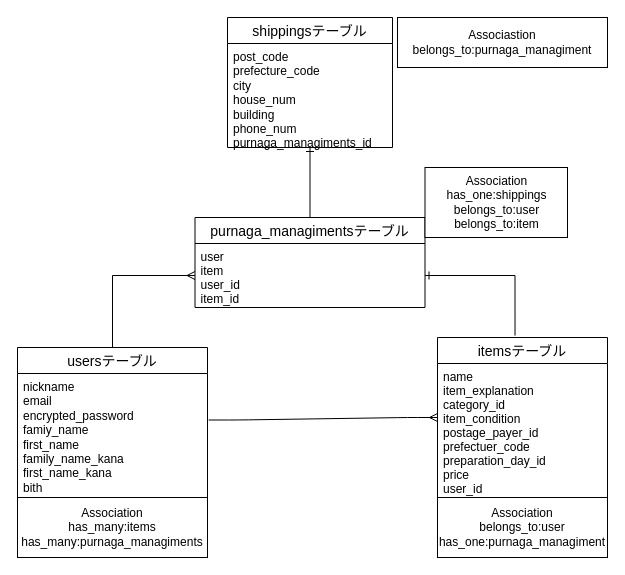
souyama77/furima-29616-v2 keeps this draw.io diagram as page "ページ1" (1 of 2) of ER.dio/furima.dio. Above is the earlier version. Source tidied: cells renumbered, new cells numbered last; positions are measured from the earlier drawing's top-left corner, leaving out a move shared by most shapes. Both pictures are drawn from the tidied source at 100%, with x=0, y=0 at pixel (17, 17).
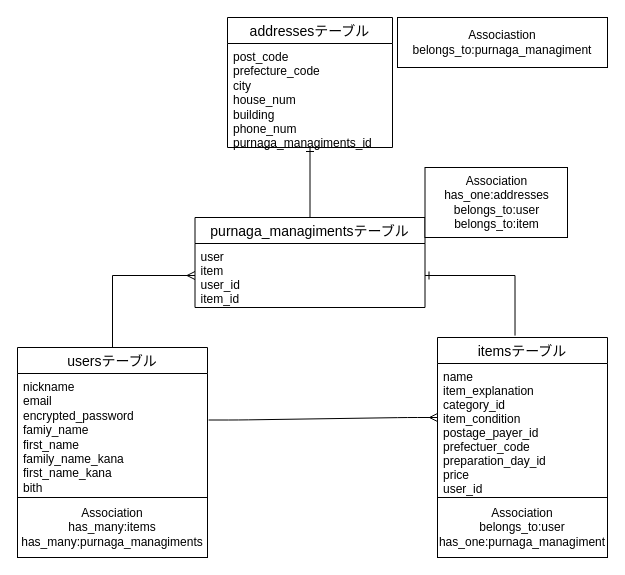
The same page after the edit.

Diff of the diagram source:
```diff
@@
 <mxGraphModel>
   <root>
     <mxCell id="0" />
     <mxCell id="1" parent="0" />
     <mxCell id="2" style="edgeStyle=orthogonalEdgeStyle;rounded=0;jettySize=auto;html=1;entryX=0;entryY=0.5;entryDx=0;entryDy=0;endArrow=ERmany;endFill=0;" parent="1" edge="1" source="3" target="13">
       <mxGeometry relative="1" as="geometry" />
     </mxCell>
     <mxCell id="3" value="usersテーブル" style="swimlane;fontStyle=0;horizontal=1;startSize=26;align=center;fontSize=14;rounded=0;sketch=0;flipH=0;flipV=0;" parent="1" vertex="1">
       <mxGeometry y="330" width="190" height="150" as="geometry" />
     </mxCell>
     <mxCell id="4" value="nickname&lt;br&gt;email&lt;br&gt;encrypted_password&lt;br&gt;&lt;span&gt;famiy_name&lt;/span&gt;&lt;br style=&quot;padding: 0px ; margin: 0px&quot;&gt;&lt;span&gt;first_name&lt;/span&gt;&lt;br style=&quot;padding: 0px ; margin: 0px&quot;&gt;&lt;span&gt;family_name_kana&lt;/span&gt;&lt;br style=&quot;padding: 0px ; margin: 0px&quot;&gt;&lt;span&gt;first_name_kana&lt;/span&gt;&lt;br style=&quot;padding: 0px ; margin: 0px&quot;&gt;&lt;span&gt;bith&lt;/span&gt;" style="text;strokeColor=none;fillColor=none;spacingLeft=4;spacingRight=4;overflow=hidden;points=[[0,0.5],[1,0.5]];portConstraint=eastwest;fontSize=12;html=1;whiteSpace=wrap;" parent="3" vertex="1">
       <mxGeometry y="26" width="190" height="124" as="geometry" />
     </mxCell>
     <mxCell id="5" style="edgeStyle=orthogonalEdgeStyle;rounded=0;jettySize=auto;html=1;exitX=0.456;exitY=-0.012;exitDx=0;exitDy=0;entryX=1;entryY=0.5;entryDx=0;entryDy=0;endArrow=ERone;endFill=0;exitPerimeter=0;" parent="1" edge="1" source="8" target="13">
       <mxGeometry relative="1" as="geometry" />
     </mxCell>
-    <mxCell id="6" value="shippingsテーブル" style="swimlane;fontStyle=0;horizontal=1;startSize=26;align=center;fontSize=14;rounded=0;sketch=0;" parent="1" vertex="1">
+    <mxCell id="6" value="addressesテーブル" style="swimlane;fontStyle=0;horizontal=1;startSize=26;align=center;fontSize=14;rounded=0;sketch=0;" parent="1" vertex="1">
       <mxGeometry x="210" width="165" height="130" as="geometry" />
     </mxCell>
     <mxCell id="7" value="post_code&lt;br&gt;prefecture_code&lt;br&gt;city&lt;br&gt;house_num&lt;br&gt;building&lt;br&gt;phone_num&lt;br&gt;purnaga_managiments_id&lt;br&gt;&lt;br&gt;" style="text;strokeColor=none;fillColor=none;spacingLeft=4;spacingRight=4;overflow=hidden;points=[[0,0.5],[1,0.5]];portConstraint=eastwest;fontSize=12;html=1;whiteSpace=wrap;" parent="6" vertex="1">
       <mxGeometry y="26" width="165" height="104" as="geometry" />
     </mxCell>
     <mxCell id="8" value="itemsテーブル" style="swimlane;fontStyle=0;horizontal=1;startSize=26;align=center;fontSize=14;" parent="1" vertex="1">
       <mxGeometry x="420" y="320" width="170" height="160" as="geometry" />
     </mxCell>
     <mxCell id="9" value="name&#10;item_explanation&#10;category_id&#10;item_condition&#10;postage_payer_id&#10;prefectuer_code&#10;preparation_day_id&#10;price&#10;user_id&#10;" style="text;strokeColor=none;fillColor=none;spacingLeft=4;spacingRight=4;overflow=hidden;fontSize=12;" parent="8" vertex="1">
       <mxGeometry y="26" width="170" height="134" as="geometry" />
     </mxCell>
     <mxCell id="10" style="edgeStyle=entityRelationEdgeStyle;fontSize=12;html=1;endArrow=ERmany;exitX=1.006;exitY=0.375;exitDx=0;exitDy=0;exitPerimeter=0;" parent="1" edge="1" source="4">
       <mxGeometry relative="1" as="geometry">
         <mxPoint x="420" y="400" as="targetPoint" />
       </mxGeometry>
     </mxCell>
     <mxCell id="11" style="edgeStyle=orthogonalEdgeStyle;rounded=0;jettySize=auto;html=1;entryX=0.5;entryY=1;entryDx=0;entryDy=0;entryPerimeter=0;endArrow=ERone;endFill=0;" parent="1" edge="1" source="12" target="7">
       <mxGeometry relative="1" as="geometry" />
     </mxCell>
     <mxCell id="12" value="purnaga_managimentsテーブル" style="swimlane;fontStyle=0;horizontal=1;startSize=26;align=center;fontSize=14;" parent="1" vertex="1">
       <mxGeometry x="177.5" y="200" width="230" height="90" as="geometry" />
     </mxCell>
     <mxCell id="13" value="user&#10;item&#10;user_id&#10;item_id" style="text;strokeColor=none;fillColor=none;spacingLeft=4;spacingRight=4;overflow=hidden;points=[[0,0.5],[1,0.5]];portConstraint=eastwest;fontSize=12;" parent="12" vertex="1">
       <mxGeometry y="26" width="230" height="64" as="geometry" />
     </mxCell>
     <mxCell id="14" value="Associastion&lt;br&gt;belongs_to:purnaga_managiment" style="whiteSpace=wrap;html=1;align=center;" parent="1" vertex="1">
       <mxGeometry x="380" width="210" height="50" as="geometry" />
     </mxCell>
-    <mxCell id="15" value="Association&lt;br&gt;has_one:shippings&lt;br&gt;belongs_to:user&lt;br&gt;belongs_to:item" style="whiteSpace=wrap;html=1;align=center;" parent="1" vertex="1">
+    <mxCell id="15" value="Association&lt;br&gt;has_one:addresses&lt;br&gt;belongs_to:user&lt;br&gt;belongs_to:item" style="whiteSpace=wrap;html=1;align=center;" parent="1" vertex="1">
       <mxGeometry x="407.5" y="150" width="142.5" height="70" as="geometry" />
     </mxCell>
     <mxCell id="16" value="Association&lt;br&gt;has_many:items&lt;br&gt;has_many:purnaga_managiments" style="whiteSpace=wrap;html=1;align=center;" parent="1" vertex="1">
       <mxGeometry y="480" width="190" height="60" as="geometry" />
     </mxCell>
     <mxCell id="17" value="Association&lt;br&gt;belongs_to:user&lt;br&gt;has_one:purnaga_managiment" style="whiteSpace=wrap;html=1;align=center;" parent="1" vertex="1">
       <mxGeometry x="420" y="480" width="170" height="60" as="geometry" />
     </mxCell>
   </root>
 </mxGraphModel>
```
